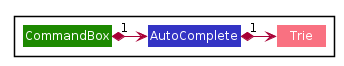
Above: docs/images/CommandAutocompleteClassDiagram.png in nus-cs2103-AY1920S2/addressbook-level3 (PlantUML), before the change. Its diagram source:
```plantuml
@startuml








skinparam BackgroundColor #FFFFFFF

skinparam Shadowing false

skinparam Class {
    FontColor #FFFFFF
    BorderThickness 1
    BorderColor #FFFFFF
    StereotypeFontColor #FFFFFF
    FontName Arial
}

skinparam Actor {
    BorderColor #000000
    Color #000000
    FontName Arial
}

skinparam Sequence {
    MessageAlign center
    BoxFontSize 15
    BoxPadding 0
    BoxFontColor #FFFFFF
    FontName Arial
}

skinparam Participant {
    FontColor #FFFFFFF
    Padding 20
}

skinparam MinClassWidth 50
skinparam ParticipantPadding 10
skinparam Shadowing false
skinparam DefaultTextAlignment center
skinparam packageStyle Rectangle

hide footbox
hide members
hide circle

Package {
    Class CommandBox #1D8900
    Class AutoComplete #3333C4
    Class Trie #F97181
}

CommandBox "1" *-right-> AutoComplete
AutoComplete "1" *-right-> Trie

@enduml
```
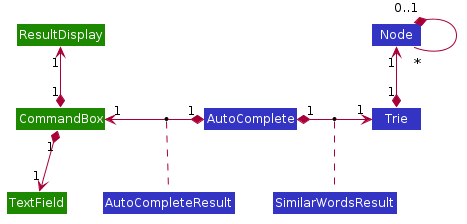
The same diagram one commit later.

Commit message:
Add autocomplete class diagram

What changed in the source:
```diff
@@ -48,13 +48,22 @@
 hide members
 hide circle
 
-Package {
-    Class CommandBox #1D8900
-    Class AutoComplete #3333C4
-    Class Trie #F97181
-}
+Class CommandBox #1D8900
+Class TextField #1D8900
+Class ResultDisplay #1D8900
+Class AutoComplete #3333C4
+Class Trie #3333C4
+Class Node #3333C4
+Class SimilarWordsResult #3333C4
+Class AutoCompleteResult #3333C4
 
-CommandBox "1" *-right-> AutoComplete
-AutoComplete "1" *-right-> Trie
+CommandBox "1" *-down-> "1" TextField
+CommandBox "1" *-up-> "1" ResultDisplay
+CommandBox "1" *-left-> "1" AutoComplete
+(CommandBox, AutoComplete) .. AutoCompleteResult
+AutoComplete "1" *-right-> "1" Trie
+(AutoComplete, Trie) .. SimilarWordsResult
+Trie "1" *-up-> "1" Node
+Node "0..1" *-- "*" Node
 
 @enduml
```
